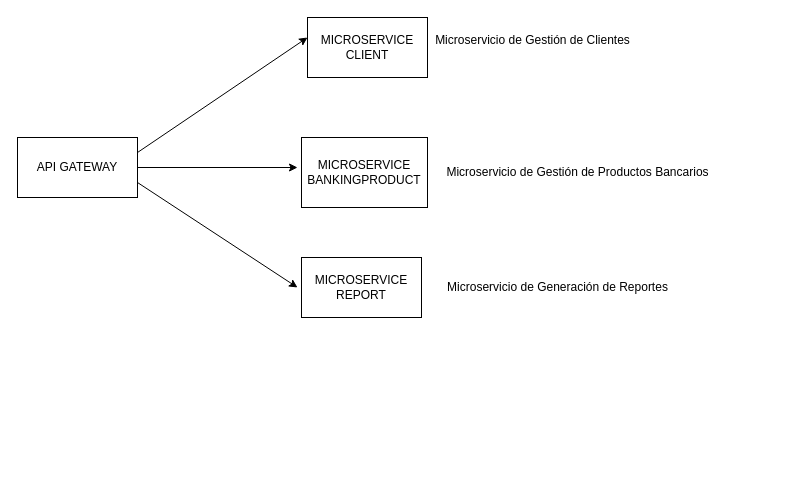
WilliamMartinBV94/PROYECTO_SEMANA_4_BC43 keeps this draw.io diagram as DiagramaDelDiseñoDeLaSolucion.drawio. Above is the earlier version. Source tidied: cells renumbered, new cells numbered last; positions are measured from the earlier drawing's top-left corner, leaving out a move shared by most shapes. Both pictures are drawn from the tidied source at 100%, with x=0, y=0 at pixel (17, 17).
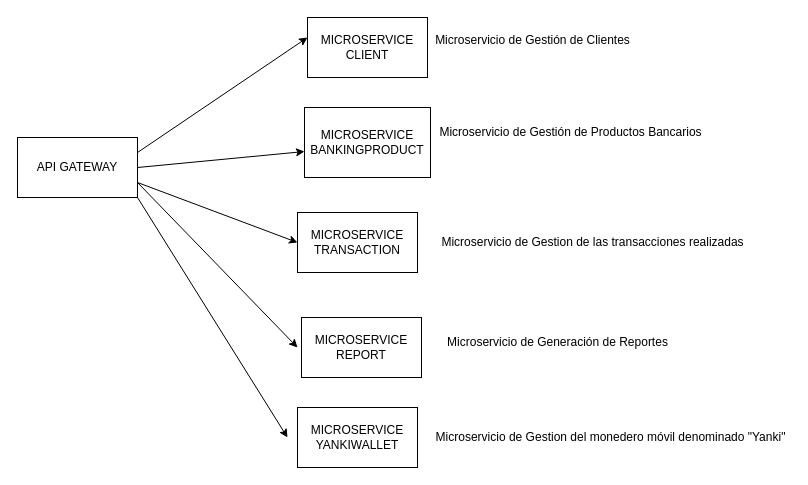
The same diagram, later.

What changed in the source:
```diff
@@
 <mxGraphModel>
   <root>
     <mxCell id="0" />
     <mxCell id="1" parent="0" />
     <mxCell id="2" value="API GATEWAY" style="rounded=0;whiteSpace=wrap;html=1;" parent="1" vertex="1">
       <mxGeometry y="120" width="120" height="60" as="geometry" />
     </mxCell>
     <mxCell id="3" value="MICROSERVICE CLIENT" style="whiteSpace=wrap;html=1;rounded=0;" parent="1" vertex="1">
       <mxGeometry x="290" width="120" height="60" as="geometry" />
     </mxCell>
     <mxCell id="4" value="MICROSERVICE BANKINGPRODUCT" style="whiteSpace=wrap;html=1;rounded=0;" parent="1" vertex="1">
-      <mxGeometry x="284" y="120" width="126" height="70" as="geometry" />
+      <mxGeometry x="287" y="90" width="126" height="70" as="geometry" />
     </mxCell>
     <mxCell id="5" style="endArrow=classic;html=1;rounded=0;exitX=1;exitY=0.25;exitDx=0;exitDy=0;" parent="1" edge="1" source="2">
       <mxGeometry relative="1" as="geometry">
         <mxPoint x="290" y="20" as="targetPoint" />
       </mxGeometry>
     </mxCell>
-    <mxCell id="6" style="endArrow=classic;html=1;rounded=0;exitX=1;exitY=0.5;exitDx=0;exitDy=0;" parent="1" edge="1" source="2">
-      <mxGeometry relative="1" as="geometry">
-        <mxPoint x="280" y="150" as="targetPoint" />
-      </mxGeometry>
+    <mxCell id="6" style="endArrow=classic;html=1;rounded=0;exitX=1;exitY=0.5;exitDx=0;exitDy=0;entryX=0;entryY=0.629;entryDx=0;entryDy=0;entryPerimeter=0;" parent="1" edge="1" source="2" target="4">
+      <mxGeometry relative="1" as="geometry" />
     </mxCell>
     <mxCell id="7" value="MICROSERVICE REPORT" style="rounded=0;whiteSpace=wrap;html=1;" parent="1" vertex="1">
-      <mxGeometry x="284" y="240" width="120" height="60" as="geometry" />
+      <mxGeometry x="284" y="300" width="120" height="60" as="geometry" />
     </mxCell>
     <mxCell id="8" style="endArrow=classic;html=1;rounded=0;exitX=1;exitY=0.75;exitDx=0;exitDy=0;" parent="1" edge="1" source="2">
       <mxGeometry relative="1" as="geometry">
-        <mxPoint x="280" y="270" as="targetPoint" />
+        <mxPoint x="280" y="330" as="targetPoint" />
       </mxGeometry>
     </mxCell>
     <mxCell id="9" value="Microservicio de Gestión de Clientes" style="text;html=1;align=center;verticalAlign=middle;strokeColor=none;fillColor=none;" parent="1" vertex="1">
       <mxGeometry x="410" y="8" width="210" height="30" as="geometry" />
     </mxCell>
     <mxCell id="10" value="Microservicio de Gestión de Productos Bancarios" style="text;html=1;align=center;verticalAlign=middle;strokeColor=none;fillColor=none;" parent="1" vertex="1">
-      <mxGeometry x="420" y="140" width="280" height="30" as="geometry" />
+      <mxGeometry x="413" y="100" width="280" height="30" as="geometry" />
     </mxCell>
     <mxCell id="11" value="Microservicio de Generación de Reportes" style="text;html=1;align=center;verticalAlign=middle;strokeColor=none;fillColor=none;" parent="1" vertex="1">
-      <mxGeometry x="420" y="255" width="240" height="30" as="geometry" />
+      <mxGeometry x="420" y="310" width="240" height="30" as="geometry" />
     </mxCell>
+    <mxCell id="12" value="&lt;div&gt;MICROSERVICE&lt;/div&gt;&lt;div&gt;TRANSACTION&lt;/div&gt;" style="rounded=0;whiteSpace=wrap;html=1;" parent="1" vertex="1">
+      <mxGeometry x="280" y="195" width="120" height="60" as="geometry" />
+    </mxCell>
+    <mxCell id="13" style="endArrow=classic;html=1;rounded=0;exitX=1;exitY=0.75;exitDx=0;exitDy=0;entryX=0;entryY=0.5;entryDx=0;entryDy=0;" parent="1" edge="1" source="2" target="12">
+      <mxGeometry relative="1" as="geometry" />
+    </mxCell>
+    <mxCell id="14" style="endArrow=classic;html=1;rounded=0;exitX=1;exitY=1;exitDx=0;exitDy=0;" parent="1" edge="1" source="2">
+      <mxGeometry relative="1" as="geometry">
+        <mxPoint x="270" y="420" as="targetPoint" />
+      </mxGeometry>
+    </mxCell>
+    <mxCell id="15" value="&lt;div&gt;MICROSERVICE&lt;/div&gt;&lt;div&gt;YANKIWALLET&lt;br&gt;&lt;/div&gt;" style="rounded=0;whiteSpace=wrap;html=1;" parent="1" vertex="1">
+      <mxGeometry x="280" y="390" width="120" height="60" as="geometry" />
+    </mxCell>
+    <mxCell id="16" value="Microservicio de Gestion de las transacciones realizadas " style="text;html=1;align=center;verticalAlign=middle;strokeColor=none;fillColor=none;" parent="1" vertex="1">
+      <mxGeometry x="415" y="210" width="320" height="30" as="geometry" />
+    </mxCell>
+    <mxCell id="17" value="Microservicio de Gestion del monedero móvil denominado &quot;Yanki&quot;" style="text;html=1;align=center;verticalAlign=middle;strokeColor=none;fillColor=none;" parent="1" vertex="1">
+      <mxGeometry x="413" y="405" width="360" height="30" as="geometry" />
+    </mxCell>
   </root>
 </mxGraphModel>
```
